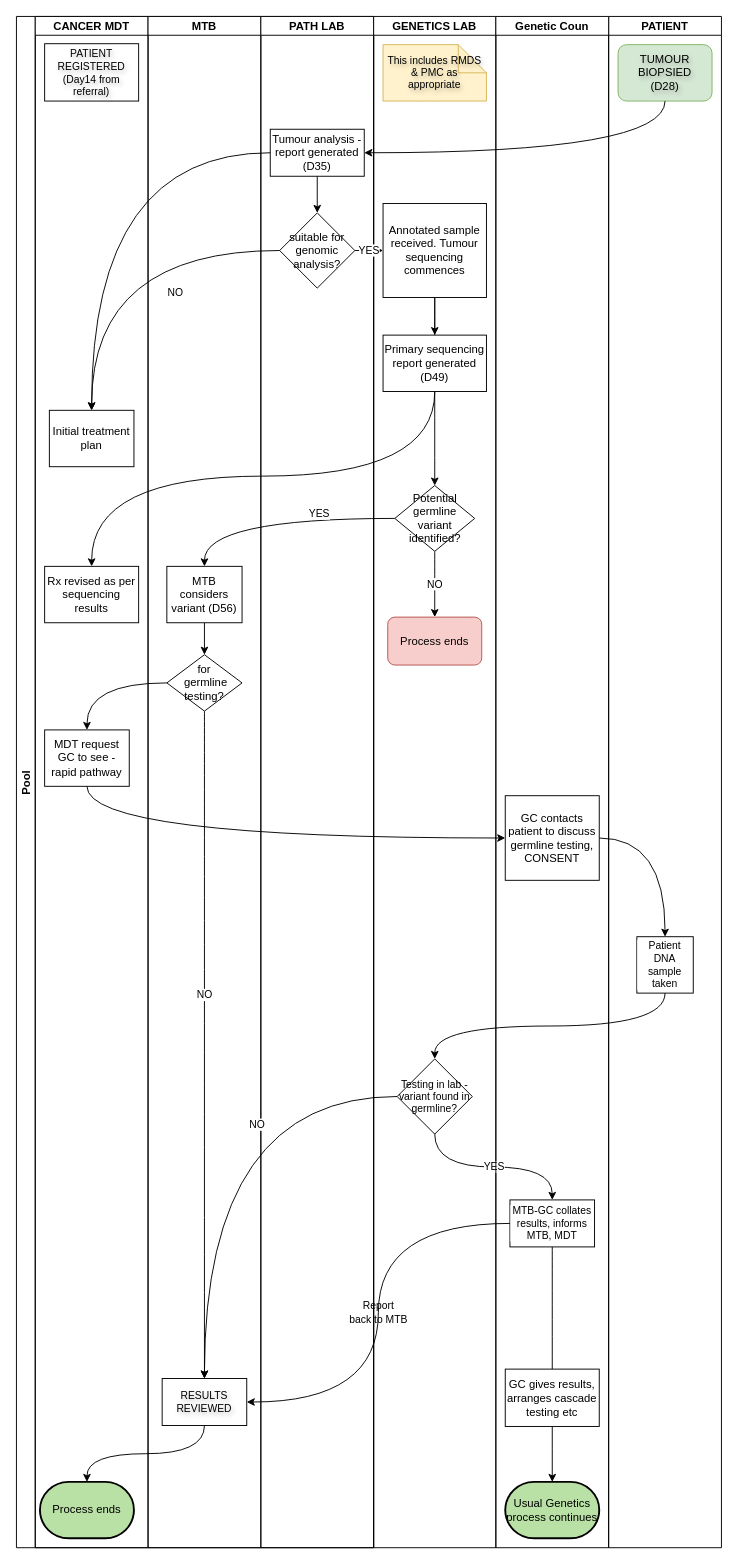
This is page "Page-2" (2 of 3) of BasicCancerFlow_Phase1.drawio from mckeelab/cancerflow, a draw.io file, before an edit. Source tidied: cells renumbered, new cells numbered last; positions are measured from the earlier drawing's top-left corner, leaving out a move shared by most shapes. Both pictures are drawn from the tidied source at 94%, with x=0, y=0 at pixel (16, 16).
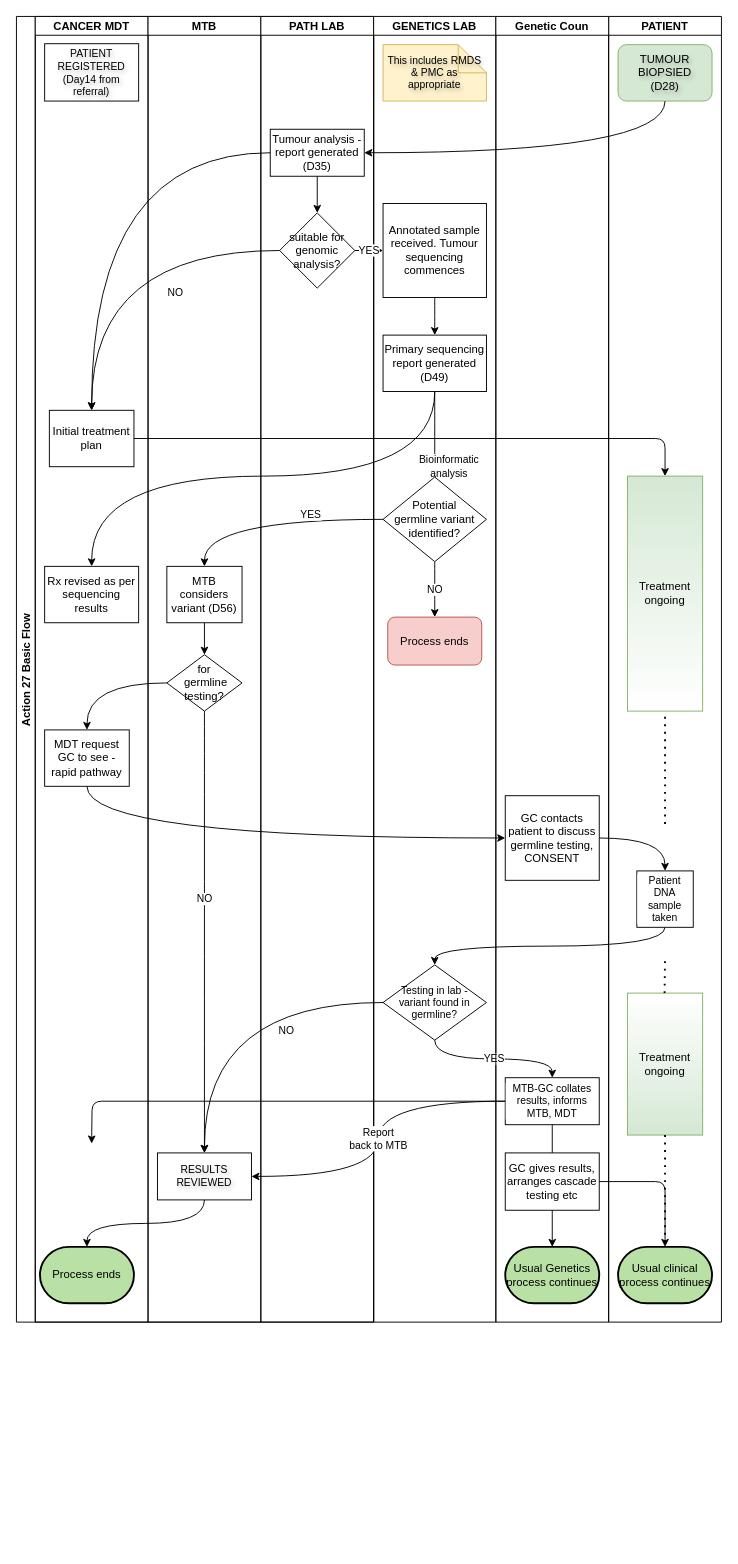
After the change.

Unchanged cells that the change refers to:
```xml
<mxCell id="4" value="Initial treatment plan" style="rounded=0;whiteSpace=wrap;html=1;" parent="3" vertex="1">
  <mxGeometry x="15" y="419" width="90" height="60" as="geometry" />
</mxCell>
<mxCell id="26" value="Annotated sample received. Tumour sequencing commences" style="rounded=0;whiteSpace=wrap;html=1;" parent="23" vertex="1">
  <mxGeometry x="10" y="199" width="110" height="100" as="geometry" />
</mxCell>
<mxCell id="31" value="Primary sequencing report generated (D49)" style="whiteSpace=wrap;html=1;rounded=0;" parent="23" vertex="1">
  <mxGeometry x="10" y="339" width="110" height="60" as="geometry" />
</mxCell>
```

Change to the diagram source:
```diff
@@
-    <mxCell id="2" value="Pool" style="swimlane;startSize=20;horizontal=0;" parent="1" vertex="1">
-      <mxGeometry width="380" height="1629" as="geometry" />
+    <mxCell id="2" value="Action 27 Basic Flow" style="swimlane;startSize=20;horizontal=0;" parent="1" vertex="1">
+      <mxGeometry width="380" height="1389" as="geometry" />
     </mxCell>
     <mxCell id="3" value="CANCER MDT" style="swimlane;startSize=20;" parent="2" vertex="1">
-      <mxGeometry x="20" width="120" height="1629" as="geometry" />
+      <mxGeometry x="20" width="120" height="1389" as="geometry" />
     </mxCell>
@@
     <mxCell id="6" value="Process ends" style="strokeWidth=2;html=1;shape=mxgraph.flowchart.terminator;whiteSpace=wrap;fillColor=#B9E0A5;" parent="3" vertex="1">
-      <mxGeometry x="5" y="1559" width="100" height="60" as="geometry" />
+      <mxGeometry x="5" y="1309" width="100" height="60" as="geometry" />
     </mxCell>
@@
     <mxCell id="9" value="MTB" style="swimlane;startSize=20;" parent="2" vertex="1">
-      <mxGeometry x="140" width="120" height="1629" as="geometry" />
+      <mxGeometry x="140" width="120" height="1389" as="geometry" />
     </mxCell>
@@
     <mxCell id="14" value="RESULTS REVIEWED" style="rounded=0;whiteSpace=wrap;html=1;fontFamily=Helvetica;fontSize=11;labelBackgroundColor=none;textShadow=1;" parent="9" vertex="1">
-      <mxGeometry x="15" y="1449" width="90" height="50" as="geometry" />
+      <mxGeometry x="10" y="1209" width="100" height="50" as="geometry" />
     </mxCell>
     <mxCell id="15" value="PATH LAB" style="swimlane;startSize=20;" parent="2" vertex="1">
-      <mxGeometry x="260" width="120" height="1629" as="geometry" />
+      <mxGeometry x="260" width="120" height="1389" as="geometry" />
     </mxCell>
@@
     <mxCell id="23" value="GENETICS LAB" style="swimlane;startSize=20;" parent="1" vertex="1">
-      <mxGeometry x="380" width="130" height="1629" as="geometry" />
+      <mxGeometry x="380" width="130" height="1389" as="geometry" />
     </mxCell>
-    <mxCell id="24" style="edgeStyle=orthogonalEdgeStyle;rounded=0;jettySize=auto;html=1;exitX=0.5;exitY=1;exitDx=0;exitDy=0;entryX=0.5;entryY=0;entryDx=0;entryDy=0;curved=1;" parent="23" edge="1" source="26" target="28">
-      <mxGeometry relative="1" as="geometry" />
+    <mxCell id="24" value="Bioinformatic&lt;br&gt;analysis" style="edgeStyle=orthogonalEdgeStyle;rounded=0;jettySize=auto;html=1;exitX=0.5;exitY=1;exitDx=0;exitDy=0;entryX=0.5;entryY=0;entryDx=0;entryDy=0;curved=1;" parent="23" edge="1" source="31" target="28">
+      <mxGeometry x="0.76" y="15" relative="1" as="geometry" />
     </mxCell>
@@
-    <mxCell id="28" value="Potential germline variant identified?" style="rhombus;whiteSpace=wrap;html=1;" parent="23" vertex="1">
-      <mxGeometry x="22.5" y="499" width="85" height="70" as="geometry" />
+    <mxCell id="28" value="Potential &lt;br&gt;germline variant identified?" style="rhombus;whiteSpace=wrap;html=1;" parent="23" vertex="1">
+      <mxGeometry x="10" y="490" width="110" height="90" as="geometry" />
     </mxCell>
@@
-    <mxCell id="30" value="Testing in lab - variant found in germline?" style="rhombus;whiteSpace=wrap;html=1;fontFamily=Helvetica;fontSize=11;fontColor=default;labelBackgroundColor=none;" parent="23" vertex="1">
-      <mxGeometry x="25" y="1109" width="80" height="80" as="geometry" />
+    <mxCell id="30" value="Testing in lab - &lt;br&gt;variant found in germline?" style="rhombus;whiteSpace=wrap;html=1;fontFamily=Helvetica;fontSize=11;fontColor=default;labelBackgroundColor=none;" parent="23" vertex="1">
+      <mxGeometry x="10" y="1009" width="110" height="80" as="geometry" />
     </mxCell>
@@
     <mxCell id="38" value="PATIENT" style="swimlane;startSize=20;" parent="1" vertex="1">
-      <mxGeometry x="630" width="120" height="1629" as="geometry" />
+      <mxGeometry x="630" width="120" height="1389" as="geometry" />
     </mxCell>
@@
     <mxCell id="40" value="Patient DNA sample taken" style="rounded=0;whiteSpace=wrap;html=1;fontFamily=Helvetica;fontSize=11;fontColor=default;labelBackgroundColor=default;" parent="38" vertex="1">
-      <mxGeometry x="30" y="979" width="60" height="60" as="geometry" />
+      <mxGeometry x="30" y="909" width="60" height="60" as="geometry" />
     </mxCell>
+    <mxCell id="52" value="Treatment ongoing" style="rounded=0;whiteSpace=wrap;html=1;fillColor=#d5e8d4;strokeColor=#82b366;gradientColor=#FFFFFF;" parent="38" vertex="1">
+      <mxGeometry x="20" y="489" width="80" height="250" as="geometry" />
+    </mxCell>
+    <mxCell id="53" value="Treatment ongoing" style="rounded=0;whiteSpace=wrap;html=1;fillColor=#d5e8d4;strokeColor=#82b366;gradientColor=#FFFFFF;gradientDirection=north;" parent="38" vertex="1">
+      <mxGeometry x="20" y="1039" width="80" height="151" as="geometry" />
+    </mxCell>
+    <mxCell id="54" style="endArrow=none;dashed=1;html=1;dashPattern=1 3;strokeWidth=2;rounded=0;" parent="38" edge="1">
+      <mxGeometry relative="1" as="geometry">
+        <mxPoint x="59.5" y="1039" as="sourcePoint" />
+        <mxPoint x="60" y="999" as="targetPoint" />
+      </mxGeometry>
+    </mxCell>
+    <mxCell id="55" value="Usual clinical process continues" style="strokeWidth=2;html=1;shape=mxgraph.flowchart.terminator;whiteSpace=wrap;fillColor=#B9E0A5;" parent="38" vertex="1">
+      <mxGeometry x="10" y="1309" width="100" height="60" as="geometry" />
+    </mxCell>
+    <mxCell id="56" style="endArrow=classic;html=1;rounded=0;entryX=0.5;entryY=0;entryDx=0;entryDy=0;entryPerimeter=0;exitX=0.5;exitY=0;exitDx=0;exitDy=0;exitPerimeter=0;" parent="38" edge="1" source="55" target="55">
+      <mxGeometry relative="1" as="geometry" />
+    </mxCell>
@@
     <mxCell id="43" value="Genetic Coun" style="swimlane;startSize=20;" parent="1" vertex="1">
-      <mxGeometry x="510" width="120" height="1629" as="geometry" />
+      <mxGeometry x="510" width="120" height="1389" as="geometry" />
     </mxCell>
@@
+    <mxCell id="57" style="edgeStyle=orthogonalEdgeStyle;rounded=1;jettySize=auto;html=1;exitX=0;exitY=0.5;exitDx=0;exitDy=0;" parent="43" edge="1" source="45">
+      <mxGeometry relative="1" as="geometry">
+        <mxPoint x="-430" y="1199" as="targetPoint" />
+      </mxGeometry>
+    </mxCell>
     <mxCell id="45" value="MTB-GC collates results, informs MTB, MDT" style="rounded=0;whiteSpace=wrap;html=1;fontFamily=Helvetica;fontSize=11;fontColor=default;labelBackgroundColor=default;" parent="43" vertex="1">
-      <mxGeometry x="15" y="1259" width="90" height="50" as="geometry" />
+      <mxGeometry x="10" y="1129" width="100" height="50" as="geometry" />
     </mxCell>
     <mxCell id="46" value="Usual Genetics process continues" style="strokeWidth=2;html=1;shape=mxgraph.flowchart.terminator;whiteSpace=wrap;fillColor=#B9E0A5;" parent="43" vertex="1">
-      <mxGeometry x="10" y="1559" width="100" height="60" as="geometry" />
+      <mxGeometry x="10" y="1309" width="100" height="60" as="geometry" />
     </mxCell>
@@
     <mxCell id="48" value="GC gives results, arranges cascade testing etc" style="rounded=0;whiteSpace=wrap;html=1;" parent="43" vertex="1">
-      <mxGeometry x="10" y="1439" width="100" height="61" as="geometry" />
+      <mxGeometry x="10" y="1209" width="100" height="61" as="geometry" />
     </mxCell>
@@
-    <mxCell id="50" value="Report&lt;br&gt;back to MTB" style="edgeStyle=orthogonalEdgeStyle;curved=1;rounded=0;jettySize=auto;html=1;exitX=0;exitY=0.5;exitDx=0;exitDy=0;entryX=1;entryY=0.5;entryDx=0;entryDy=0;strokeColor=default;align=center;verticalAlign=middle;fontFamily=Helvetica;fontSize=11;fontColor=default;labelBackgroundColor=none;endArrow=classic;" parent="1" edge="1" source="45" target="14">
+    <mxCell id="50" value="Report&lt;br&gt;back to MTB" style="edgeStyle=orthogonalEdgeStyle;curved=1;rounded=0;jettySize=auto;html=1;exitX=0;exitY=0.5;exitDx=0;exitDy=0;entryX=1;entryY=0.5;entryDx=0;entryDy=0;strokeColor=default;align=center;verticalAlign=middle;fontFamily=Helvetica;fontSize=11;fontColor=default;labelBackgroundColor=default;endArrow=classic;" parent="1" edge="1" source="45" target="14">
       <mxGeometry relative="1" as="geometry" />
     </mxCell>
@@
+    <mxCell id="58" style="edgeStyle=orthogonalEdgeStyle;rounded=1;jettySize=auto;html=1;exitX=1;exitY=0.5;exitDx=0;exitDy=0;entryX=0.5;entryY=0;entryDx=0;entryDy=0;" parent="1" edge="1" source="4" target="52">
+      <mxGeometry relative="1" as="geometry" />
+    </mxCell>
+    <mxCell id="59" style="endArrow=none;dashed=1;html=1;dashPattern=1 3;strokeWidth=2;rounded=0;entryX=0.5;entryY=1;entryDx=0;entryDy=0;" parent="1" edge="1" target="52">
+      <mxGeometry relative="1" as="geometry">
+        <mxPoint x="690" y="859" as="sourcePoint" />
+      </mxGeometry>
+    </mxCell>
+    <mxCell id="60" style="endArrow=none;dashed=1;html=1;dashPattern=1 3;strokeWidth=2;rounded=0;exitX=0.5;exitY=1;exitDx=0;exitDy=0;exitPerimeter=0;" parent="1" edge="1" source="53">
+      <mxGeometry relative="1" as="geometry">
+        <mxPoint x="690" y="1309" as="targetPoint" />
+      </mxGeometry>
+    </mxCell>
+    <mxCell id="61" style="edgeStyle=orthogonalEdgeStyle;rounded=1;jettySize=auto;html=1;exitX=1;exitY=0.5;exitDx=0;exitDy=0;entryX=0.5;entryY=0;entryDx=0;entryDy=0;entryPerimeter=0;" parent="1" edge="1" source="48" target="55">
+      <mxGeometry relative="1" as="geometry" />
+    </mxCell>
```
